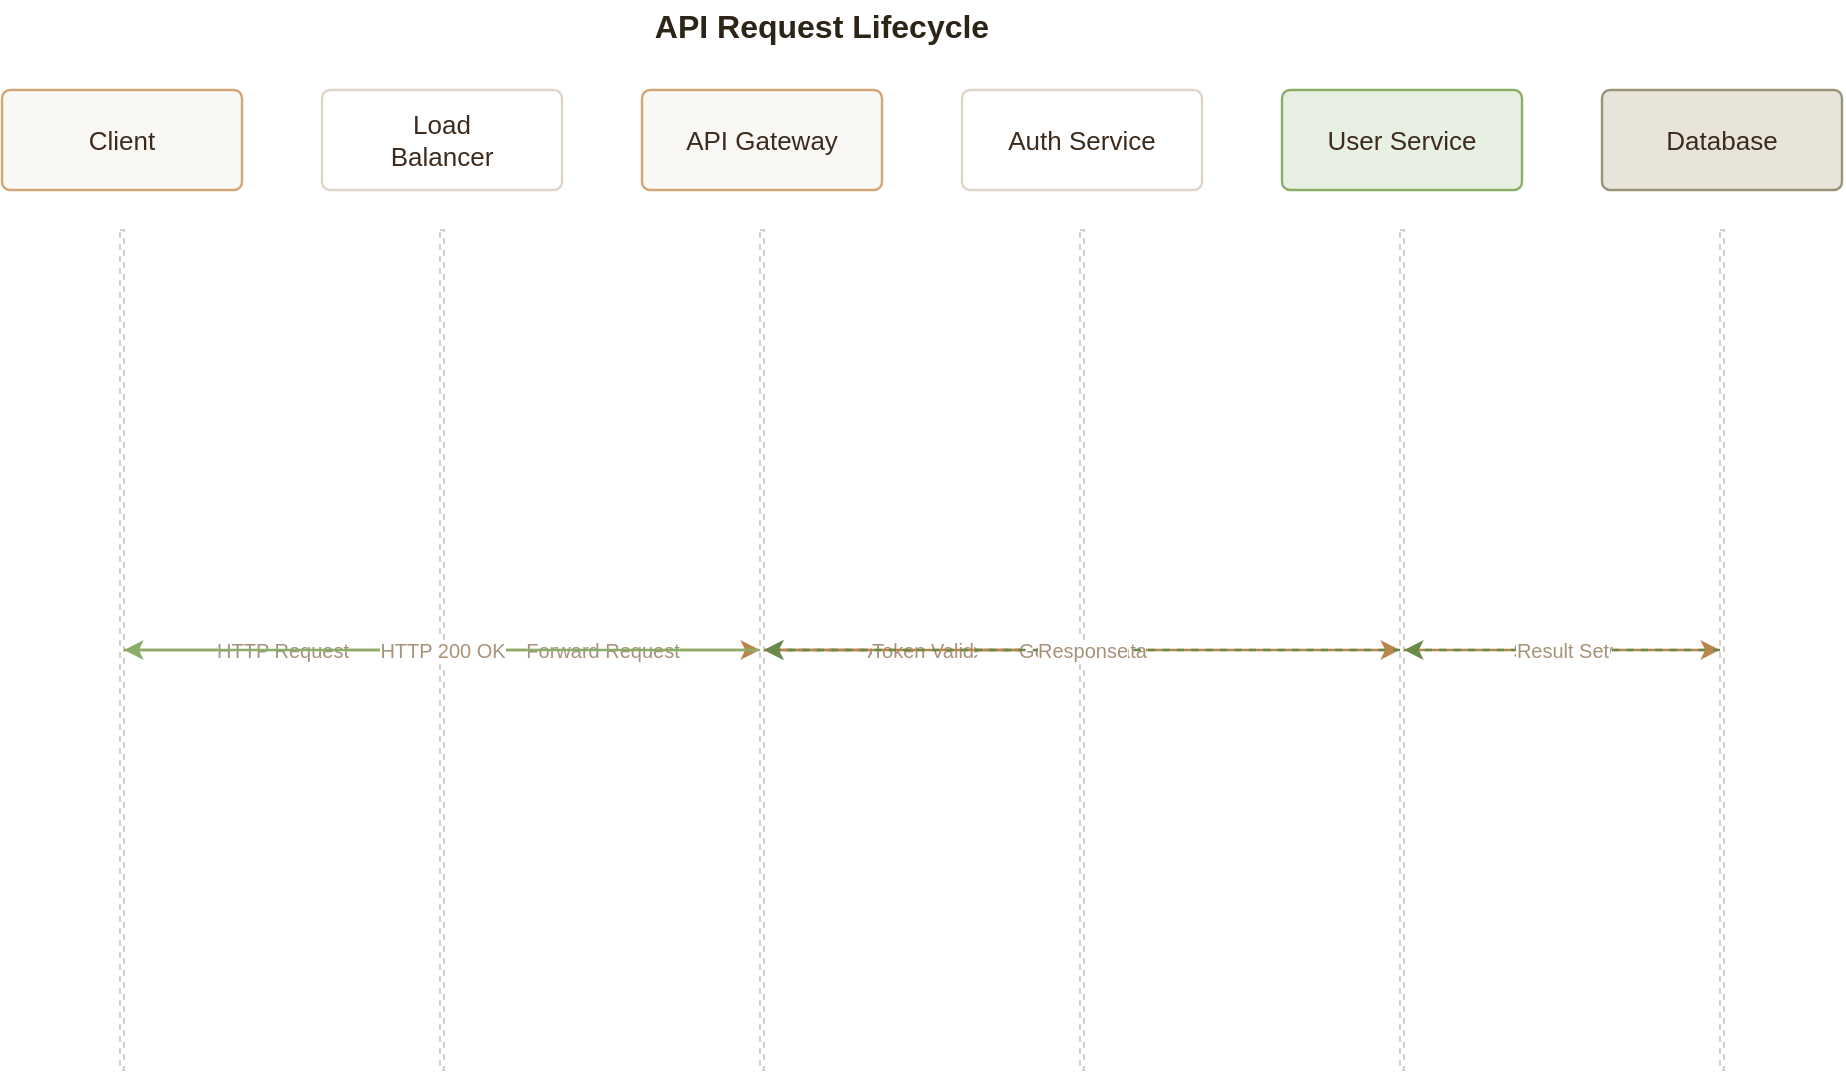
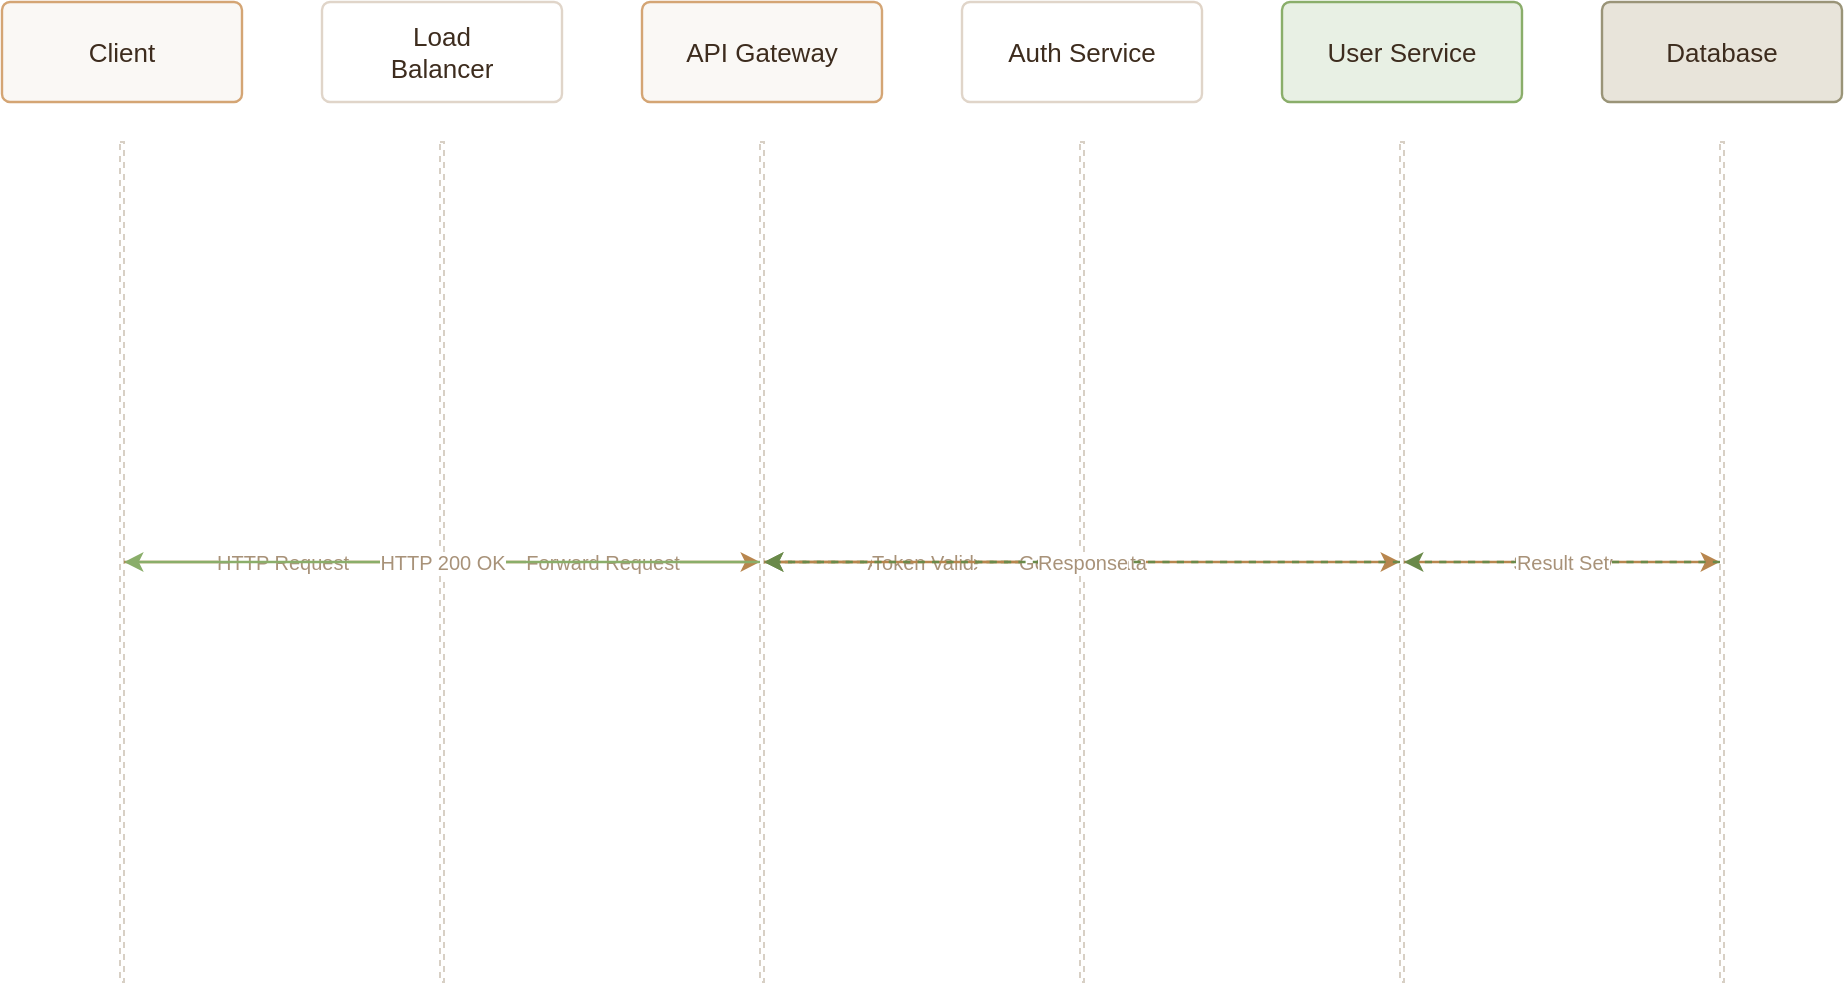
<mxGraphModel adaptiveColors="auto">
  <root>
    <mxCell id="0"/>
    <mxCell id="1" parent="0"/>
- 
-     <!-- Title -->
-     <mxCell id="2" value="API Request Lifecycle" style="text;html=1;strokeColor=none;fillColor=none;align=center;verticalAlign=middle;whiteSpace=wrap;rounded=0;fontSize=16;fontColor=#2d2418;fontStyle=1;" parent="1" vertex="1">
-       <mxGeometry x="300" y="15" width="300" height="25" as="geometry"/>
-     </mxCell>
- 
    <!-- Participants (large rounded rectangles) -->

    <!-- Client (primary) -->
    <mxCell id="3" value="Client" style="rounded=1;whiteSpace=wrap;html=1;arcSize=8;strokeWidth=1.2;fontSize=13;fillColor=#faf8f5;strokeColor=#d4a574;fontColor=#3d2c1e;" parent="1" vertex="1">
      <mxGeometry x="40" y="60" width="120" height="50" as="geometry"/>
    </mxCell>

    <!-- Load Balancer (process) -->
    <mxCell id="4" value="Load&#xa;Balancer" style="rounded=1;whiteSpace=wrap;html=1;arcSize=8;strokeWidth=1.2;fontSize=13;fillColor=#ffffff;strokeColor=#e0d5c9;fontColor=#3d2c1e;" parent="1" vertex="1">
      <mxGeometry x="200" y="60" width="120" height="50" as="geometry"/>
    </mxCell>

    <!-- API Gateway (primary) -->
    <mxCell id="5" value="API Gateway" style="rounded=1;whiteSpace=wrap;html=1;arcSize=8;strokeWidth=1.2;fontSize=13;fillColor=#faf8f5;strokeColor=#d4a574;fontColor=#3d2c1e;" parent="1" vertex="1">
      <mxGeometry x="360" y="60" width="120" height="50" as="geometry"/>
    </mxCell>

    <!-- Auth Service (process) -->
    <mxCell id="6" value="Auth Service" style="rounded=1;whiteSpace=wrap;html=1;arcSize=8;strokeWidth=1.2;fontSize=13;fillColor=#ffffff;strokeColor=#e0d5c9;fontColor=#3d2c1e;" parent="1" vertex="1">
      <mxGeometry x="520" y="60" width="120" height="50" as="geometry"/>
    </mxCell>

    <!-- User Service (success) -->
    <mxCell id="7" value="User Service" style="rounded=1;whiteSpace=wrap;html=1;arcSize=8;strokeWidth=1.2;fontSize=13;fillColor=#e8f0e4;strokeColor=#8aae6a;fontColor=#3d2c1e;" parent="1" vertex="1">
      <mxGeometry x="680" y="60" width="120" height="50" as="geometry"/>
    </mxCell>

    <!-- Database (storage) -->
    <mxCell id="8" value="Database" style="rounded=1;whiteSpace=wrap;html=1;arcSize=8;strokeWidth=1.2;fontSize=13;fillColor=#e8e4da;strokeColor=#9a9478;fontColor=#3d2c1e;" parent="1" vertex="1">
      <mxGeometry x="840" y="60" width="120" height="50" as="geometry"/>
    </mxCell>

    <!-- Lifelines (dashed vertical lines from y=130 to y=550) -->

    <!-- Client lifeline (center x=100) -->
    <mxCell id="9" value="" style="rounded=0;whiteSpace=wrap;html=1;strokeColor=#d8d0c5;dashed=1;strokeWidth=1;pointerEvents=0;fillColor=none;fontColor=#d8d0c5;" parent="1" vertex="1">
      <mxGeometry x="99" y="130" width="2" height="420" as="geometry"/>
    </mxCell>

    <!-- Load Balancer lifeline (center x=260) -->
    <mxCell id="10" value="" style="rounded=0;whiteSpace=wrap;html=1;strokeColor=#d8d0c5;dashed=1;strokeWidth=1;pointerEvents=0;fillColor=none;fontColor=#d8d0c5;" parent="1" vertex="1">
      <mxGeometry x="259" y="130" width="2" height="420" as="geometry"/>
    </mxCell>

    <!-- API Gateway lifeline (center x=420) -->
    <mxCell id="11" value="" style="rounded=0;whiteSpace=wrap;html=1;strokeColor=#d8d0c5;dashed=1;strokeWidth=1;pointerEvents=0;fillColor=none;fontColor=#d8d0c5;" parent="1" vertex="1">
      <mxGeometry x="419" y="130" width="2" height="420" as="geometry"/>
    </mxCell>

    <!-- Auth Service lifeline (center x=580) -->
    <mxCell id="12" value="" style="rounded=0;whiteSpace=wrap;html=1;strokeColor=#d8d0c5;dashed=1;strokeWidth=1;pointerEvents=0;fillColor=none;fontColor=#d8d0c5;" parent="1" vertex="1">
      <mxGeometry x="579" y="130" width="2" height="420" as="geometry"/>
    </mxCell>

    <!-- User Service lifeline (center x=740) -->
    <mxCell id="13" value="" style="rounded=0;whiteSpace=wrap;html=1;strokeColor=#d8d0c5;dashed=1;strokeWidth=1;pointerEvents=0;fillColor=none;fontColor=#d8d0c5;" parent="1" vertex="1">
      <mxGeometry x="739" y="130" width="2" height="420" as="geometry"/>
    </mxCell>

    <!-- Database lifeline (center x=900) -->
    <mxCell id="14" value="" style="rounded=0;whiteSpace=wrap;html=1;strokeColor=#d8d0c5;dashed=1;strokeWidth=1;pointerEvents=0;fillColor=none;fontColor=#d8d0c5;" parent="1" vertex="1">
      <mxGeometry x="899" y="130" width="2" height="420" as="geometry"/>
    </mxCell>

    <!-- Messages (sequence arrows) -->

    <!-- 1. Client -> Load Balancer: "HTTP Request" (main arrow, y=140) -->
    <mxCell id="15" value="HTTP Request" style="edgeStyle=orthogonalEdgeStyle;rounded=1;html=1;strokeWidth=1.2;endArrow=classic;endFill=1;strokeColor=#b8864e;fontSize=10;fontColor=#a89279;" edge="1" parent="1" source="9" target="10" exitX="1" exitY="0.024" entryX="0" entryY="0.024">
      <mxGeometry relative="1" as="geometry"/>
    </mxCell>

    <!-- 2. Load Balancer -> API Gateway: "Forward Request" (main arrow, y=190) -->
    <mxCell id="16" value="Forward Request" style="edgeStyle=orthogonalEdgeStyle;rounded=1;html=1;strokeWidth=1.2;endArrow=classic;endFill=1;strokeColor=#b8864e;fontSize=10;fontColor=#a89279;" edge="1" parent="1" source="10" target="11" exitX="1" exitY="0.143" entryX="0" entryY="0.143">
      <mxGeometry relative="1" as="geometry"/>
    </mxCell>

    <!-- 3. API Gateway -> Auth Service: "Authenticate" (main arrow, y=240) -->
    <mxCell id="17" value="Authenticate" style="edgeStyle=orthogonalEdgeStyle;rounded=1;html=1;strokeWidth=1.2;endArrow=classic;endFill=1;strokeColor=#b8864e;fontSize=10;fontColor=#a89279;" edge="1" parent="1" source="11" target="12" exitX="1" exitY="0.262" entryX="0" entryY="0.262">
      <mxGeometry relative="1" as="geometry"/>
    </mxCell>

    <!-- 4. Auth Service -> API Gateway: "Token Valid" (data arrow, return, y=290) -->
    <mxCell id="18" value="Token Valid" style="edgeStyle=orthogonalEdgeStyle;rounded=1;html=1;strokeWidth=1.2;endArrow=classic;endFill=1;strokeColor=#6a8a4a;fontSize=10;fontColor=#a89279;dashed=1;" edge="1" parent="1" source="12" target="11" exitX="0" exitY="0.381" entryX="1" entryY="0.381">
      <mxGeometry relative="1" as="geometry"/>
    </mxCell>

    <!-- 5. API Gateway -> User Service: "Get User Data" (main arrow, y=340) -->
    <mxCell id="19" value="Get User Data" style="edgeStyle=orthogonalEdgeStyle;rounded=1;html=1;strokeWidth=1.2;endArrow=classic;endFill=1;strokeColor=#b8864e;fontSize=10;fontColor=#a89279;" edge="1" parent="1" source="11" target="13" exitX="1" exitY="0.5" entryX="0" entryY="0.5">
      <mxGeometry relative="1" as="geometry"/>
    </mxCell>

    <!-- 6. User Service -> Database: "SQL Query" (main arrow, y=390) -->
    <mxCell id="20" value="SQL Query" style="edgeStyle=orthogonalEdgeStyle;rounded=1;html=1;strokeWidth=1.2;endArrow=classic;endFill=1;strokeColor=#b8864e;fontSize=10;fontColor=#a89279;" edge="1" parent="1" source="13" target="14" exitX="1" exitY="0.619" entryX="0" entryY="0.619">
      <mxGeometry relative="1" as="geometry"/>
    </mxCell>

    <!-- 7. Database -> User Service: "Result Set" (data arrow, return, y=440) -->
    <mxCell id="21" value="Result Set" style="edgeStyle=orthogonalEdgeStyle;rounded=1;html=1;strokeWidth=1.2;endArrow=classic;endFill=1;strokeColor=#6a8a4a;fontSize=10;fontColor=#a89279;dashed=1;" edge="1" parent="1" source="14" target="13" exitX="0" exitY="0.738" entryX="1" entryY="0.738">
      <mxGeometry relative="1" as="geometry"/>
    </mxCell>

    <!-- 8. User Service -> API Gateway: "Response" (data arrow, return, y=490) -->
    <mxCell id="22" value="Response" style="edgeStyle=orthogonalEdgeStyle;rounded=1;html=1;strokeWidth=1.2;endArrow=classic;endFill=1;strokeColor=#6a8a4a;fontSize=10;fontColor=#a89279;dashed=1;" edge="1" parent="1" source="13" target="11" exitX="0" exitY="0.857" entryX="1" entryY="0.857">
      <mxGeometry relative="1" as="geometry"/>
    </mxCell>

    <!-- 9. API Gateway -> Client: "HTTP 200 OK" (success arrow, y=540) -->
    <mxCell id="23" value="HTTP 200 OK" style="edgeStyle=orthogonalEdgeStyle;rounded=1;html=1;strokeWidth=1.2;endArrow=classic;endFill=1;strokeColor=#8aae6a;fontSize=10;fontColor=#a89279;" edge="1" parent="1" source="11" target="9" exitX="0" exitY="0.976" entryX="1" entryY="0.976">
      <mxGeometry relative="1" as="geometry"/>
    </mxCell>

  </root>
</mxGraphModel>
